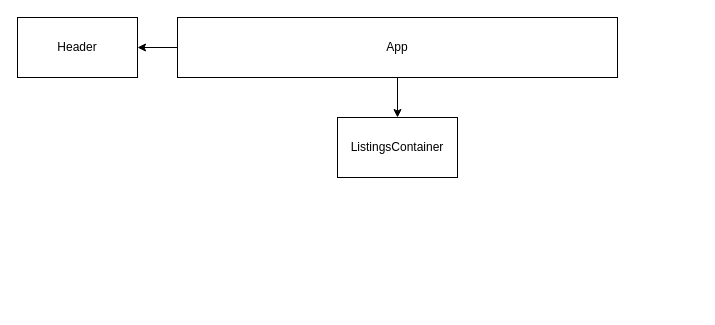
This is react-tree.drawio from rachelAtFlatiron/react-hooks-mock-code-challenge-gregslist, a draw.io file, before an edit. Source tidied: cells renumbered, new cells numbered last; positions are measured from the earlier drawing's top-left corner, leaving out a move shared by most shapes. Both pictures are drawn from the tidied source at 100%, with x=0, y=0 at pixel (17, 17).
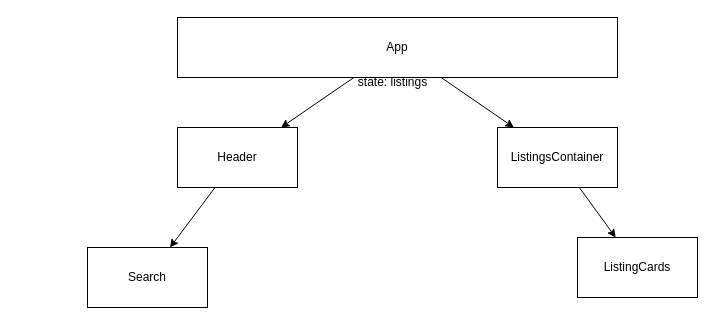
After the change.

Diff of the diagram source:
```diff
@@
 <mxGraphModel>
   <root>
     <mxCell id="0" />
     <mxCell id="1" parent="0" />
     <mxCell id="2" style="edgeStyle=none;html=1;" parent="1" edge="1" source="4" target="5">
       <mxGeometry relative="1" as="geometry" />
     </mxCell>
     <mxCell id="3" style="edgeStyle=none;html=1;" parent="1" edge="1" source="4" target="6">
       <mxGeometry relative="1" as="geometry" />
     </mxCell>
     <mxCell id="4" value="App" style="whiteSpace=wrap;html=1;" parent="1" vertex="1">
       <mxGeometry x="160" width="440" height="60" as="geometry" />
     </mxCell>
+    <mxCell id="7" style="edgeStyle=none;html=1;" parent="1" edge="1" source="5" target="9">
+      <mxGeometry relative="1" as="geometry" />
+    </mxCell>
     <mxCell id="5" value="Header" style="whiteSpace=wrap;html=1;" parent="1" vertex="1">
-      <mxGeometry width="120" height="60" as="geometry" />
+      <mxGeometry x="160" y="110" width="120" height="60" as="geometry" />
     </mxCell>
+    <mxCell id="8" style="edgeStyle=none;html=1;" parent="1" edge="1" source="6" target="10">
+      <mxGeometry relative="1" as="geometry" />
+    </mxCell>
     <mxCell id="6" value="ListingsContainer" style="whiteSpace=wrap;html=1;" parent="1" vertex="1">
-      <mxGeometry x="320" y="100" width="120" height="60" as="geometry" />
+      <mxGeometry x="480" y="110" width="120" height="60" as="geometry" />
     </mxCell>
+    <mxCell id="9" value="Search" style="whiteSpace=wrap;html=1;" parent="1" vertex="1">
+      <mxGeometry x="70" y="230" width="120" height="60" as="geometry" />
+    </mxCell>
+    <mxCell id="10" value="ListingCards" style="whiteSpace=wrap;html=1;" parent="1" vertex="1">
+      <mxGeometry x="560" y="220" width="120" height="60" as="geometry" />
+    </mxCell>
+    <mxCell id="11" value="state: listings&lt;br&gt;" style="text;html=1;align=center;verticalAlign=middle;strokeColor=none;fillColor=none;" parent="1" vertex="1">
+      <mxGeometry x="330" y="50" width="90" height="30" as="geometry" />
+    </mxCell>
   </root>
 </mxGraphModel>
```
